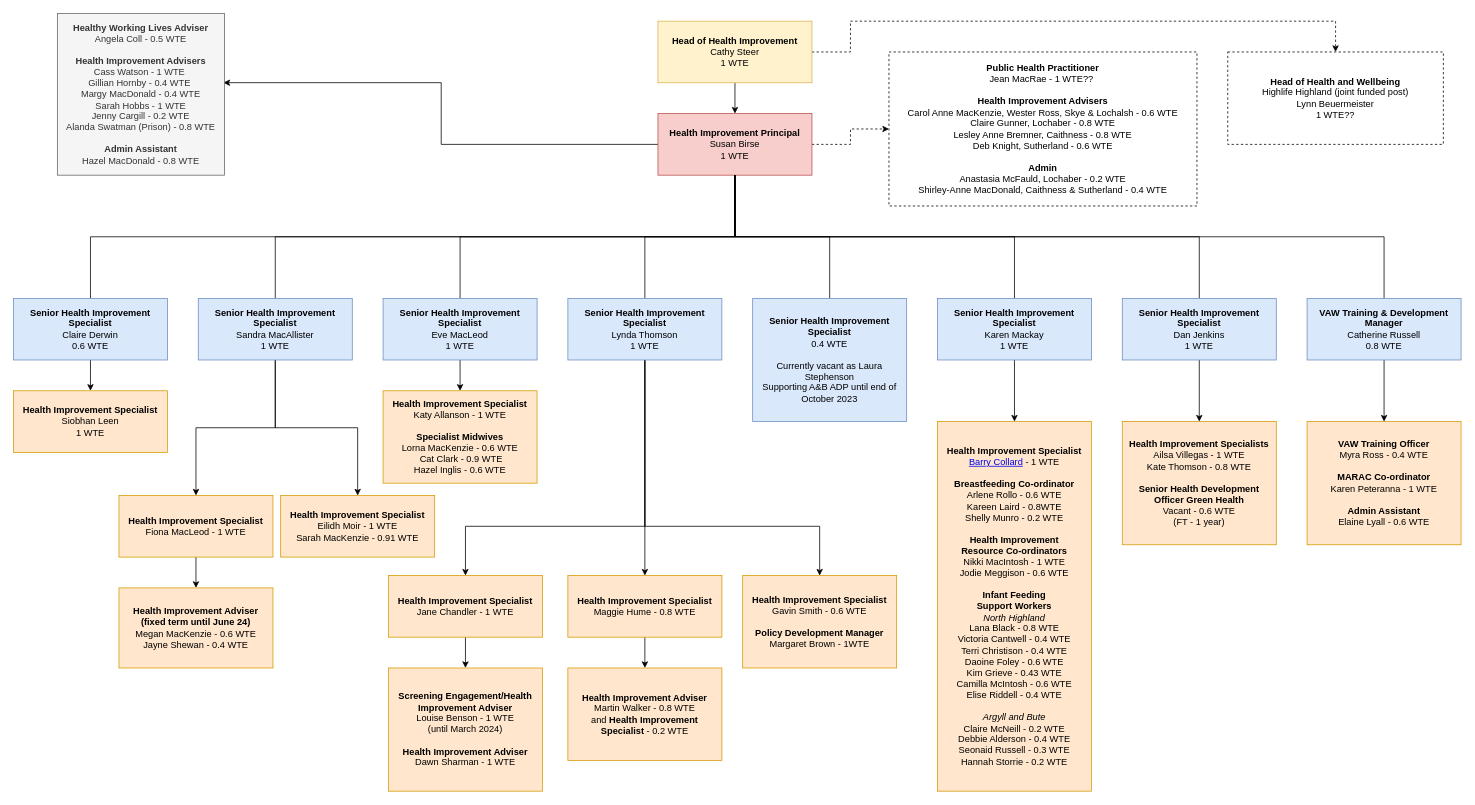
Above: Untitled Diagram.drawio in barrycollard/staffOrgChart (draw.io), before the change. Source tidied: cells renumbered, new cells numbered last; positions are measured from the earlier drawing's top-left corner, leaving out a move shared by most shapes. Both pictures are drawn from the tidied source at 77%, with x=0, y=0 at pixel (13, 13).
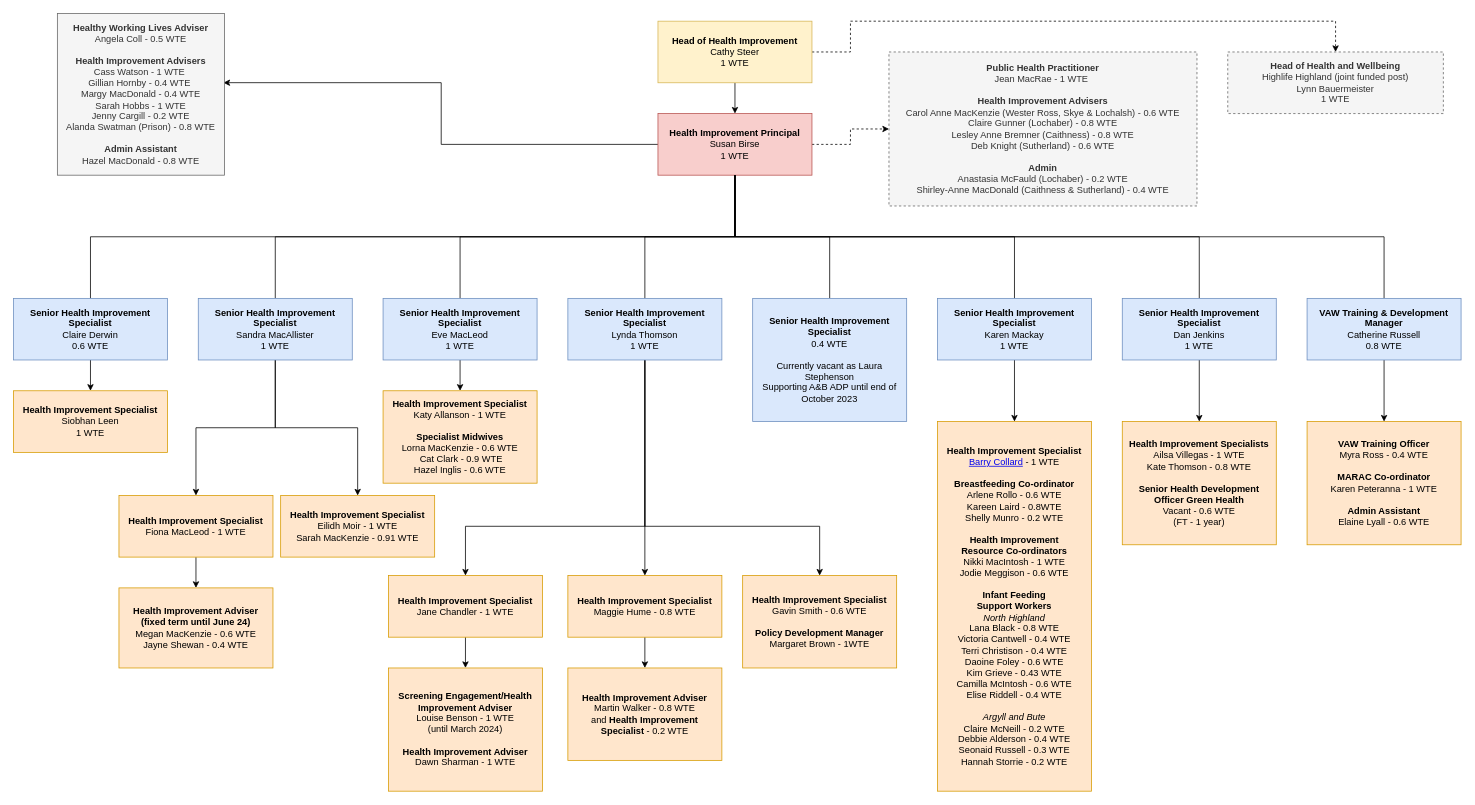
The same diagram, later.

Commit message:
WTE confirmed

Diff of the diagram source:
```diff
@@
-    <mxCell id="51" value="&lt;div style=&quot;border-color: var(--border-color);&quot;&gt;&lt;div style=&quot;border-color: var(--border-color);&quot;&gt;&lt;b&gt;Public Health Practitioner&lt;/b&gt;&lt;/div&gt;&lt;div style=&quot;border-color: var(--border-color);&quot;&gt;Jean MacRae - 1 WTE??&amp;nbsp;&lt;br&gt;&lt;/div&gt;&lt;div style=&quot;border-color: var(--border-color);&quot;&gt;&lt;br&gt;&lt;/div&gt;&lt;div style=&quot;border-color: var(--border-color);&quot;&gt;&lt;b&gt;Health Improvement Advisers&lt;/b&gt;&lt;/div&gt;&lt;div style=&quot;border-color: var(--border-color);&quot;&gt;Carol Anne MacKenzie, Wester Ross, Skye &amp;amp; Lochalsh - 0.6 WTE&lt;/div&gt;&lt;div style=&quot;border-color: var(--border-color);&quot;&gt;Claire Gunner, Lochaber - 0.8 WTE&lt;/div&gt;&lt;div style=&quot;border-color: var(--border-color);&quot;&gt;Lesley Anne Bremner, Caithness - 0.8 WTE&lt;/div&gt;&lt;div style=&quot;border-color: var(--border-color);&quot;&gt;Deb Knight, Sutherland - 0.6 WTE&lt;/div&gt;&lt;div style=&quot;border-color: var(--border-color);&quot;&gt;&lt;br&gt;&lt;/div&gt;&lt;div style=&quot;border-color: var(--border-color);&quot;&gt;&lt;b&gt;Admin&lt;/b&gt;&lt;/div&gt;&lt;div style=&quot;border-color: var(--border-color);&quot;&gt;&lt;span style=&quot;background-color: initial;&quot;&gt;Anastasia McFauld, Lochaber - 0.2 WTE&lt;/span&gt;&lt;br&gt;&lt;/div&gt;&lt;div style=&quot;border-color: var(--border-color);&quot;&gt;Shirley-Anne MacDonald, Caithness &amp;amp; Sutherland - 0.4 WTE&lt;/div&gt;&lt;/div&gt;" style="rounded=0;whiteSpace=wrap;html=1;dashed=1;" parent="1" vertex="1">
+    <mxCell id="51" value="&lt;div style=&quot;border-color: var(--border-color);&quot;&gt;&lt;div style=&quot;border-color: var(--border-color);&quot;&gt;&lt;b&gt;Public Health Practitioner&lt;/b&gt;&lt;/div&gt;&lt;div style=&quot;border-color: var(--border-color);&quot;&gt;Jean MacRae - 1 WTE&amp;nbsp;&lt;br&gt;&lt;/div&gt;&lt;div style=&quot;border-color: var(--border-color);&quot;&gt;&lt;br&gt;&lt;/div&gt;&lt;div style=&quot;border-color: var(--border-color);&quot;&gt;&lt;b&gt;Health Improvement Advisers&lt;/b&gt;&lt;/div&gt;&lt;div style=&quot;border-color: var(--border-color);&quot;&gt;Carol Anne MacKenzie (Wester Ross, Skye &amp;amp; Lochalsh) - 0.6 WTE&lt;/div&gt;&lt;div style=&quot;border-color: var(--border-color);&quot;&gt;Claire Gunner (Lochaber) - 0.8 WTE&lt;/div&gt;&lt;div style=&quot;border-color: var(--border-color);&quot;&gt;Lesley Anne Bremner (Caithness) - 0.8 WTE&lt;/div&gt;&lt;div style=&quot;border-color: var(--border-color);&quot;&gt;Deb Knight (Sutherland) - 0.6 WTE&lt;/div&gt;&lt;div style=&quot;border-color: var(--border-color);&quot;&gt;&lt;br&gt;&lt;/div&gt;&lt;div style=&quot;border-color: var(--border-color);&quot;&gt;&lt;b&gt;Admin&lt;/b&gt;&lt;/div&gt;&lt;div style=&quot;border-color: var(--border-color);&quot;&gt;&lt;span style=&quot;background-color: initial;&quot;&gt;Anastasia McFauld (Lochaber) - 0.2 WTE&lt;/span&gt;&lt;br&gt;&lt;/div&gt;&lt;div style=&quot;border-color: var(--border-color);&quot;&gt;Shirley-Anne MacDonald (Caithness &amp;amp; Sutherland) - 0.4 WTE&lt;/div&gt;&lt;/div&gt;" style="rounded=0;whiteSpace=wrap;html=1;dashed=1;fillColor=#f5f5f5;fontColor=#333333;strokeColor=#666666;" parent="1" vertex="1">
       <mxGeometry x="1137" y="50" width="400" height="200" as="geometry" />
     </mxCell>
-    <mxCell id="52" value="&lt;div&gt;&lt;span style=&quot;background-color: initial;&quot;&gt;&lt;b&gt;Head of Health and Wellbeing&lt;/b&gt;&lt;/span&gt;&lt;br&gt;&lt;/div&gt;&lt;div&gt;Highlife Highland (joint funded post)&lt;/div&gt;&lt;div&gt;&lt;div style=&quot;border-color: var(--border-color);&quot;&gt;Lynn Beuermeister&lt;/div&gt;&lt;/div&gt;&lt;div style=&quot;border-color: var(--border-color);&quot;&gt;1 WTE??&lt;/div&gt;" style="rounded=0;whiteSpace=wrap;html=1;dashed=1;" parent="1" vertex="1">
-      <mxGeometry x="1577" y="50" width="280" height="120" as="geometry" />
+    <mxCell id="52" value="&lt;div&gt;&lt;span style=&quot;background-color: initial;&quot;&gt;&lt;b&gt;Head of Health and Wellbeing&lt;/b&gt;&lt;/span&gt;&lt;br&gt;&lt;/div&gt;&lt;div&gt;Highlife Highland (joint funded post)&lt;/div&gt;&lt;div&gt;&lt;div style=&quot;border-color: var(--border-color);&quot;&gt;Lynn Bauermeister&lt;/div&gt;&lt;/div&gt;&lt;div style=&quot;border-color: var(--border-color);&quot;&gt;1 WTE&lt;/div&gt;" style="rounded=0;whiteSpace=wrap;html=1;dashed=1;fillColor=#f5f5f5;fontColor=#333333;strokeColor=#666666;" parent="1" vertex="1">
+      <mxGeometry x="1577" y="50" width="280" height="80" as="geometry" />
     </mxCell>
```
